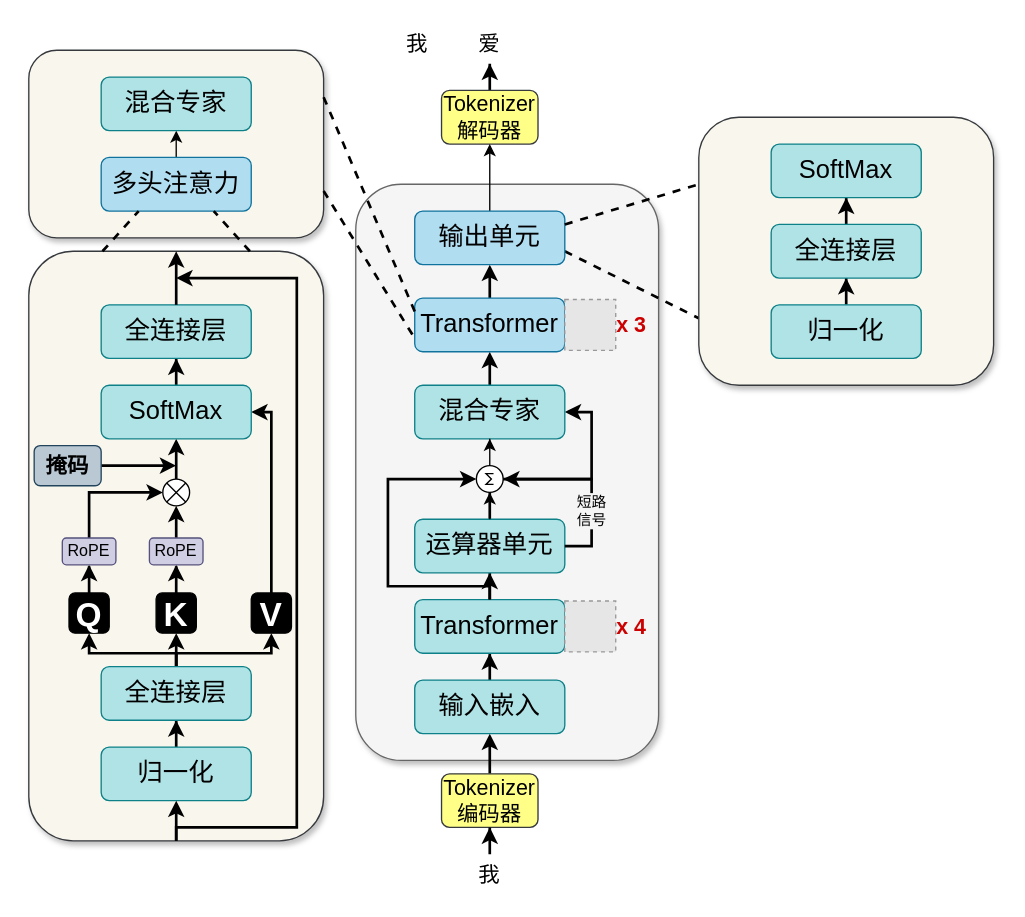
zzc-1024/alu.draw.io keeps this draw.io diagram as page "模型架构图" (3 of 16) of 未命名绘图.drawio. Above is the earlier version. Source tidied: cells renumbered, new cells numbered last; positions are measured from the earlier drawing's top-left corner, leaving out a move shared by most shapes. Both pictures are drawn from the tidied source at 134%, with x=0, y=0 at pixel (28, 23). Pictures stored in the file or linked from it are replaced by grey dashed boxes.
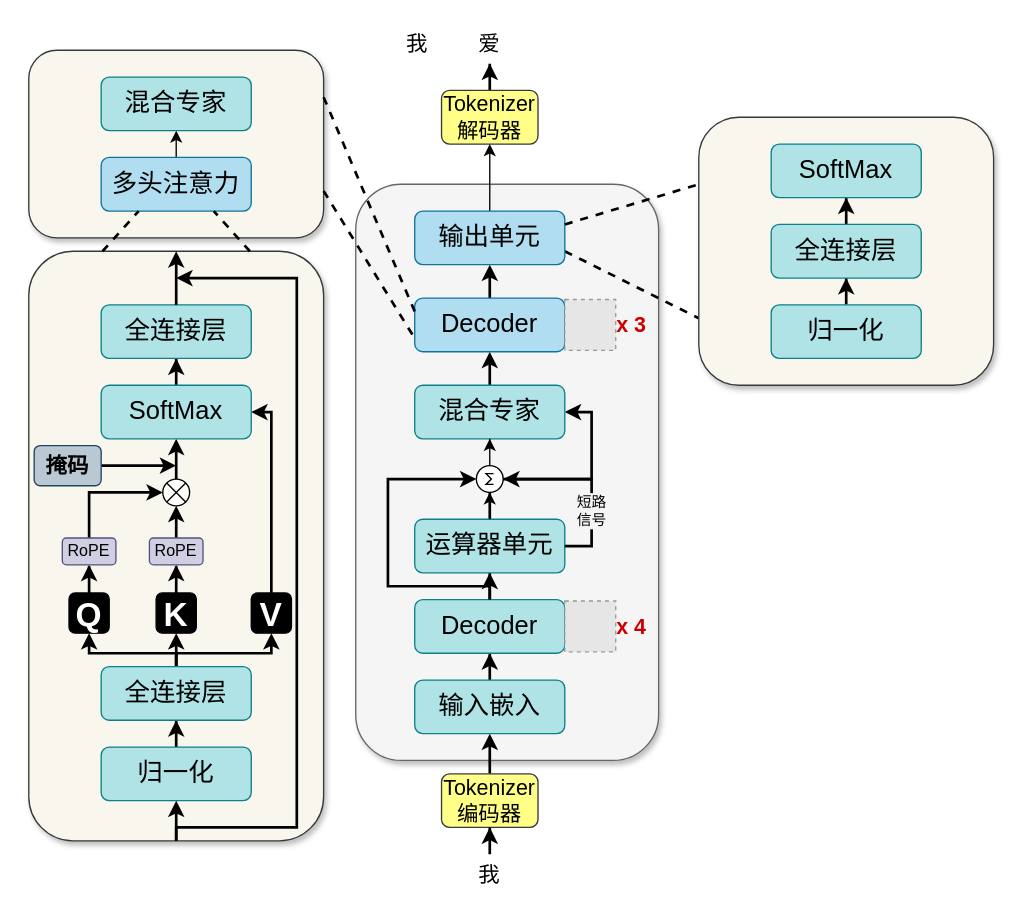
Above is the later version.

Commit message:
更新未命名绘图.drawio

What changed in the source:
```diff
@@
-    <mxCell id="16" value="Transformer" style="rounded=1;whiteSpace=wrap;html=1;fontSize=19;fillColor=#b0e3e6;strokeColor=#0e8088;" parent="1" vertex="1">
+    <mxCell id="16" value="Decoder" style="rounded=1;whiteSpace=wrap;html=1;fontSize=19;fillColor=#b0e3e6;strokeColor=#0e8088;" parent="1" vertex="1">
       <mxGeometry x="288" y="430" width="112" height="40" as="geometry" />
     </mxCell>
@@
-    <mxCell id="25" value="Transformer" style="rounded=1;whiteSpace=wrap;html=1;fontSize=19;fillColor=#b1ddf0;strokeColor=#10739e;" parent="1" vertex="1">
+    <mxCell id="25" value="Decoder" style="rounded=1;whiteSpace=wrap;html=1;fontSize=19;fillColor=#b1ddf0;strokeColor=#10739e;" parent="1" vertex="1">
       <mxGeometry x="288" y="205" width="112" height="40" as="geometry" />
     </mxCell>
```
